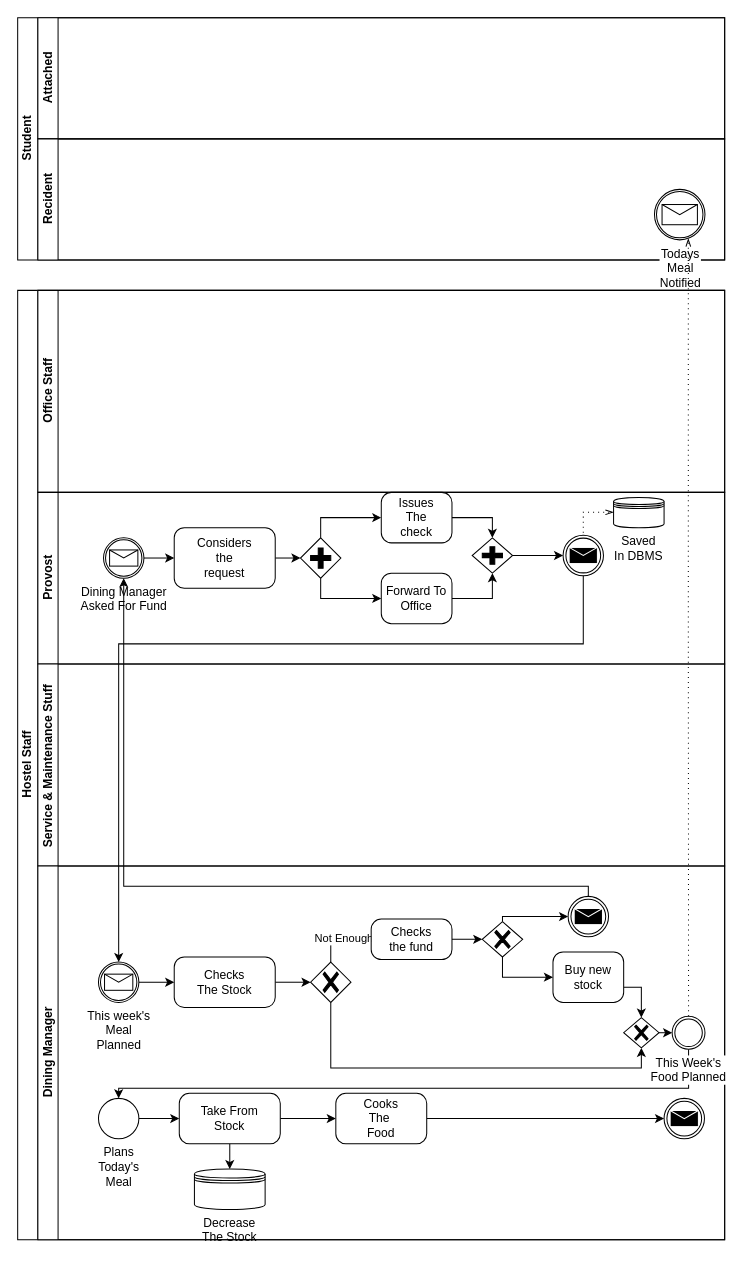
This is page "Page-2" (2 of 6) of BPMN/BPMN_B1_4.drawio from Noman1705088/CSE-326, a draw.io file, before an edit. Source tidied: cells renumbered, new cells numbered last; positions are measured from the earlier drawing's top-left corner, leaving out a move shared by most shapes. Both pictures are drawn from the tidied source at 101%, with x=0, y=0 at pixel (17, 17).
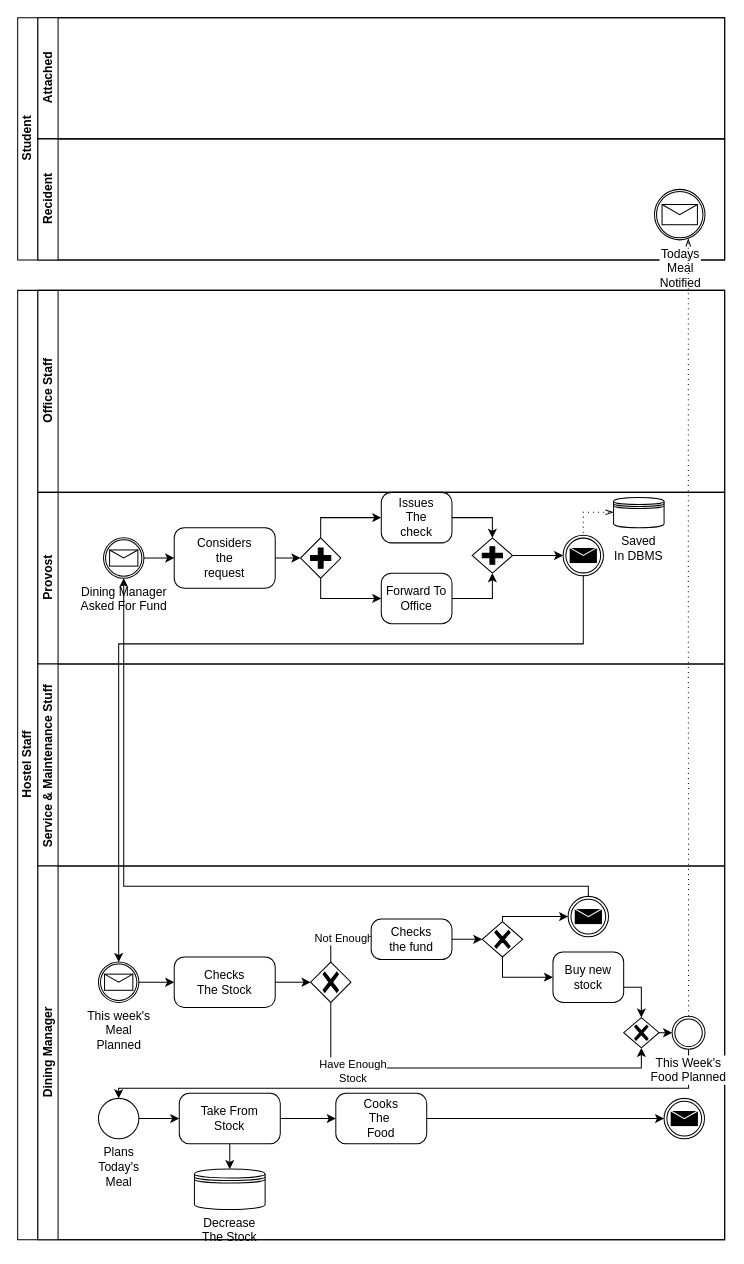
Above is the later version.

Unchanged cells that the change refers to:
```xml
<mxCell id="33" style="edgeStyle=orthogonalEdgeStyle;rounded=0;jettySize=auto;html=1;exitX=0.5;exitY=1;exitDx=0;exitDy=0;exitPerimeter=0;entryX=0.5;entryY=1;entryDx=0;entryDy=0;entryPerimeter=0;" parent="28" edge="1" source="34" target="48">
  <mxGeometry relative="1" as="geometry" />
</mxCell>
```

Change to the diagram source:
```diff
@@
+    <mxCell id="59" value="Have Enough&lt;br&gt;Stock" style="edgeLabel;html=1;align=center;verticalAlign=middle;" parent="33" vertex="1">
+      <mxGeometry x="-0.56" y="-2" relative="1" as="geometry" />
+    </mxCell>
```
